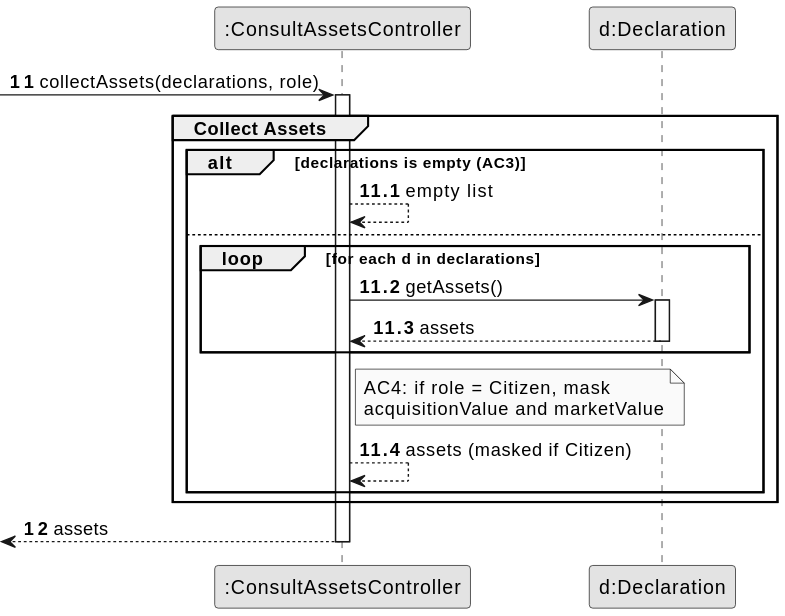
Before: docs/system-documentation/US11/03.design/svg/US11-SD-partial-collect-assets.svg, a diagram exported from PlantUML (brunodspinto/crystal-clear-platform).
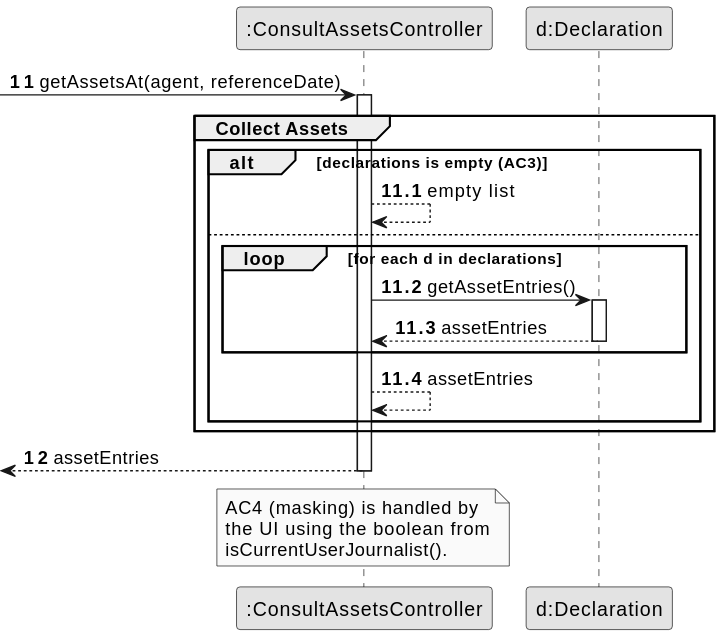
Later version of the same file.

The edit, as a diff of the source:
```diff
@@ -9,7 +9,7 @@
 participant "d:Declaration" as DEC
 
 autonumber 11
- -> CTRL : collectAssets(declarations, role)
+ -> CTRL : getAssetsAt(agent, referenceDate)
 autonumber 11.1
 activate CTRL
     group Collect Assets
@@ -18,22 +18,23 @@
             CTRL --> CTRL : empty list
         else
             loop for each d in declarations
-                CTRL -> DEC : getAssets()
+                CTRL -> DEC : getAssetEntries()
                 activate DEC
-                    DEC --> CTRL : assets
+                    DEC --> CTRL : assetEntries
                 deactivate DEC
             end
 
-            note right of CTRL
-                AC4: if role = Citizen, mask
-                acquisitionValue and marketValue
-            end note
-
-            CTRL --> CTRL : assets (masked if Citizen)
+            CTRL --> CTRL : assetEntries
         end
 
     end
     autonumber 12
-    <-- CTRL : assets
+    <-- CTRL : assetEntries
 deactivate CTRL
+
+note over CTRL
+    AC4 (masking) is handled by
+    the UI using the boolean from
+    isCurrentUserJournalist().
+end note
 @enduml
```
